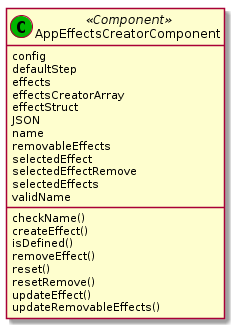
Earlier version of the PlantUML export out/doc/classes/AppEffectsCreatorComponent.png (clm2609/VirtualDJ).
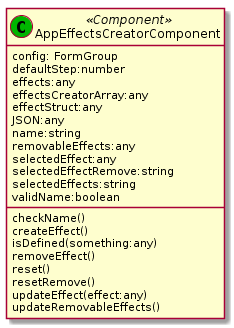
Above is the later version.

Change to the diagram source:
```diff
@@ -1,24 +1,24 @@
 @startuml AppEffectsCreatorComponent
 class "AppEffectsCreatorComponent" as effCreator <<(C,#00b500) Component>>{
-    config
-    defaultStep
-    effects
-    effectsCreatorArray
-    effectStruct
-    JSON
-    name
-    removableEffects
-    selectedEffect
-    selectedEffectRemove
-    selectedEffects
-    validName
+    config: FormGroup
+    defaultStep:number
+    effects:any
+    effectsCreatorArray:any
+    effectStruct:any
+    JSON:any
+    name:string
+    removableEffects:any
+    selectedEffect:any
+    selectedEffectRemove:string
+    selectedEffects:string
+    validName:boolean
     checkName()
     createEffect()
-    isDefined()
+    isDefined(something:any)
     removeEffect()
     reset()
     resetRemove()
-    updateEffect()
+    updateEffect(effect:any)
     updateRemovableEffects()
 }
 @enduml
```
